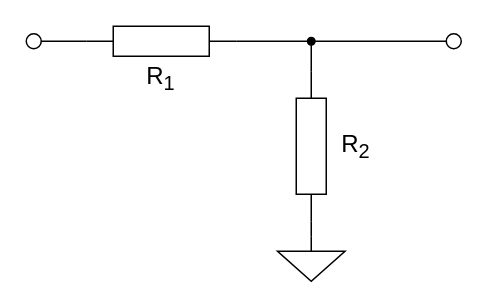
Before: l-attenuator.drawio in qaz741wsd856/drawi.io, a draw.io diagram. Source tidied: cells renumbered, new cells numbered last; positions are measured from the earlier drawing's top-left corner, leaving out a move shared by most shapes. Both pictures are drawn from the tidied source at 150%, with x=0, y=0 at pixel (26, 26).
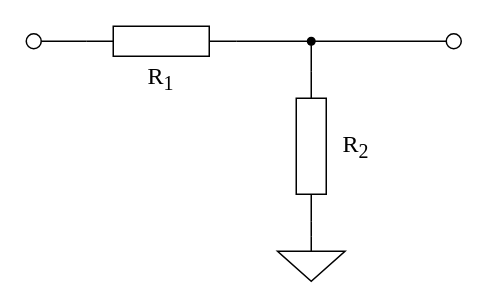
The same page after the edit.

Change to the diagram source:
```diff
@@
 <mxGraphModel>
   <root>
     <mxCell id="0" />
     <mxCell id="1" parent="0" />
     <mxCell id="2" style="edgeStyle=orthogonalEdgeStyle;rounded=0;jettySize=auto;html=1;exitX=1;exitY=0.5;exitDx=0;exitDy=0;exitPerimeter=0;entryX=1;entryY=0.5;entryDx=0;entryDy=0;endArrow=none;endFill=0;" parent="1" edge="1" source="3" target="6">
       <mxGeometry relative="1" as="geometry" />
     </mxCell>
     <mxCell id="3" style="verticalLabelPosition=bottom;shadow=0;dashed=0;align=center;html=1;verticalAlign=top;shape=mxgraph.electrical.resistors.resistor_1;direction=west;" parent="1" vertex="1">
       <mxGeometry x="40" width="100" height="20" as="geometry" />
     </mxCell>
     <mxCell id="4" style="verticalLabelPosition=bottom;shadow=0;dashed=0;align=center;html=1;verticalAlign=top;shape=mxgraph.electrical.resistors.resistor_1;direction=south;" parent="1" vertex="1">
       <mxGeometry x="180" y="30" width="20" height="100" as="geometry" />
     </mxCell>
     <mxCell id="5" style="edgeStyle=orthogonalEdgeStyle;rounded=0;jettySize=auto;html=1;entryX=0;entryY=0.5;entryDx=0;entryDy=0;entryPerimeter=0;endArrow=none;endFill=0;" parent="1" edge="1" source="3" target="4">
       <mxGeometry relative="1" as="geometry" />
     </mxCell>
     <mxCell id="6" style="ellipse;whiteSpace=wrap;html=1;" parent="1" vertex="1">
       <mxGeometry y="5" width="10" height="10" as="geometry" />
     </mxCell>
     <mxCell id="7" style="edgeStyle=orthogonalEdgeStyle;shape=connector;rounded=0;jettySize=auto;html=1;strokeColor=default;align=center;verticalAlign=middle;fontFamily=Helvetica;fontSize=11;fontColor=default;labelBackgroundColor=default;endArrow=none;endFill=0;" parent="1" edge="1" source="8">
       <mxGeometry relative="1" as="geometry">
         <mxPoint x="190" y="10" as="targetPoint" />
       </mxGeometry>
     </mxCell>
     <mxCell id="8" style="ellipse;whiteSpace=wrap;html=1;" parent="1" vertex="1">
       <mxGeometry x="280" y="5" width="10" height="10" as="geometry" />
     </mxCell>
     <mxCell id="9" style="shape=waypoint;sketch=0;fillStyle=solid;size=6;fillColor=none;perimeter=centerPerimeter;fontFamily=Helvetica;fontSize=11;fontColor=default;labelBackgroundColor=default;" parent="1" vertex="1">
       <mxGeometry x="180" width="20" height="20" as="geometry" />
     </mxCell>
     <mxCell id="10" style="verticalLabelPosition=bottom;shadow=0;dashed=0;align=center;html=1;verticalAlign=top;shape=mxgraph.electrical.signal_sources.signal_ground;fontFamily=Helvetica;fontSize=11;fontColor=default;labelBackgroundColor=default;" parent="1" vertex="1">
       <mxGeometry x="167.5" y="140" width="45" height="30" as="geometry" />
     </mxCell>
     <mxCell id="11" style="edgeStyle=orthogonalEdgeStyle;shape=connector;rounded=0;jettySize=auto;html=1;exitX=0.5;exitY=0;exitDx=0;exitDy=0;exitPerimeter=0;entryX=1;entryY=0.5;entryDx=0;entryDy=0;entryPerimeter=0;strokeColor=default;align=center;verticalAlign=middle;fontFamily=Helvetica;fontSize=11;fontColor=default;labelBackgroundColor=default;endArrow=none;endFill=0;" parent="1" edge="1" source="10" target="4">
       <mxGeometry relative="1" as="geometry" />
     </mxCell>
-    <mxCell id="12" value="&lt;font style=&quot;font-size: 16px;&quot;&gt;R&lt;sub&gt;1&lt;/sub&gt;&lt;/font&gt;" style="text;html=1;align=center;verticalAlign=middle;whiteSpace=wrap;rounded=0;fontFamily=Helvetica;fontSize=11;fontColor=default;labelBackgroundColor=default;" parent="1" vertex="1">
+    <mxCell id="12" value="&lt;font face=&quot;Times New Roman&quot; style=&quot;font-size: 16px;&quot;&gt;R&lt;sub&gt;1&lt;/sub&gt;&lt;/font&gt;" style="text;html=1;align=center;verticalAlign=middle;whiteSpace=wrap;rounded=0;fontFamily=Helvetica;fontSize=11;fontColor=default;labelBackgroundColor=default;" parent="1" vertex="1">
       <mxGeometry x="60" y="20" width="60" height="30" as="geometry" />
     </mxCell>
-    <mxCell id="13" value="&lt;font style=&quot;font-size: 16px;&quot;&gt;R&lt;sub&gt;2&lt;/sub&gt;&lt;/font&gt;" style="text;html=1;align=center;verticalAlign=middle;whiteSpace=wrap;rounded=0;fontFamily=Helvetica;fontSize=11;fontColor=default;labelBackgroundColor=default;" parent="1" vertex="1">
+    <mxCell id="13" value="&lt;font face=&quot;Times New Roman&quot; style=&quot;font-size: 16px;&quot;&gt;R&lt;sub&gt;2&lt;/sub&gt;&lt;/font&gt;" style="text;html=1;align=center;verticalAlign=middle;whiteSpace=wrap;rounded=0;fontFamily=Helvetica;fontSize=11;fontColor=default;labelBackgroundColor=default;" parent="1" vertex="1">
       <mxGeometry x="190" y="65" width="60" height="30" as="geometry" />
     </mxCell>
   </root>
 </mxGraphModel>
```
